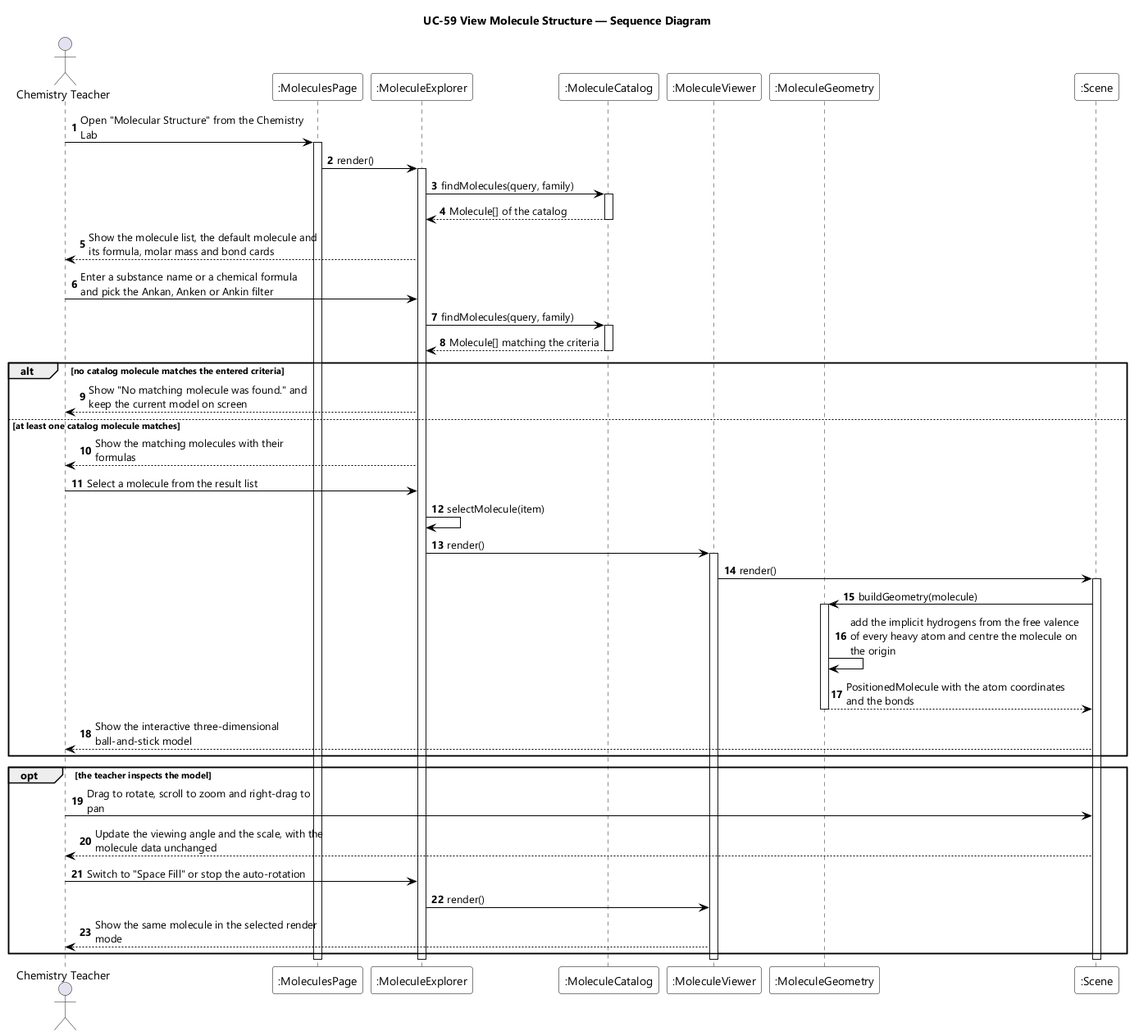
The PlantUML diagram designs/sds-diagrams/uc59/uc59-sequence-diagram.png in EduA-system/EduA-system, before a commit.
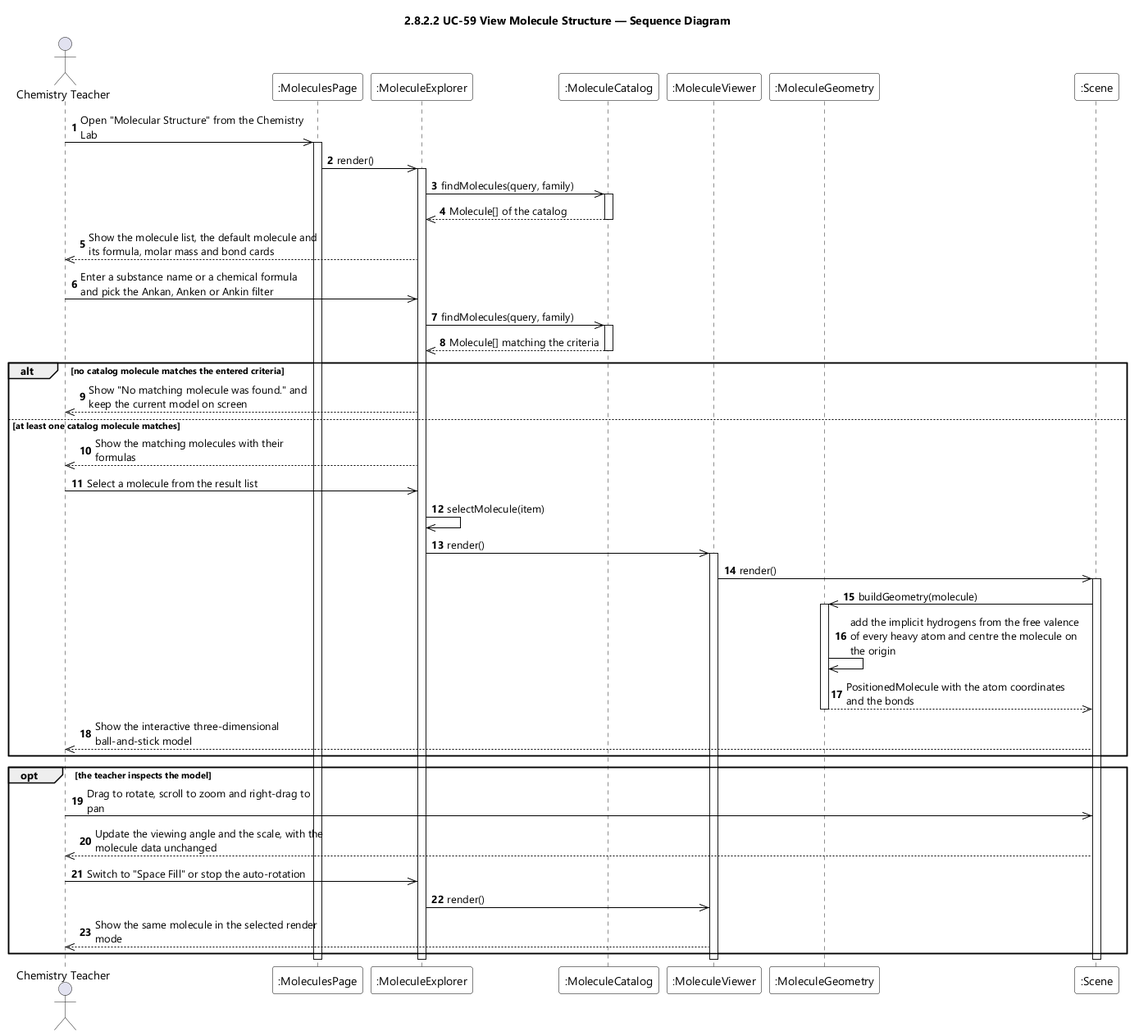
The same file after the commit.

Change to the diagram source:
```diff
@@ -7,7 +7,7 @@
 skinparam ArrowColor #000000
 skinparam sequenceMessageAlign left
 skinparam maxMessageSize 280
-title UC-59 View Molecule Structure — Sequence Diagram
+title 2.8.2.2 UC-59 View Molecule Structure — Sequence Diagram
 
 actor "Chemistry Teacher" as Teacher
 participant ":MoleculesPage" as PAGE
@@ -18,46 +18,46 @@
 participant ":Scene" as SCENE
 
 autonumber
-Teacher -> PAGE : Open "Molecular Structure" from the Chemistry Lab
+Teacher ->> PAGE : Open "Molecular Structure" from the Chemistry Lab
 activate PAGE
-PAGE -> EXP : render()
+PAGE ->> EXP : render()
 activate EXP
-EXP -> CAT : findMolecules(query, family)
+EXP ->> CAT : findMolecules(query, family)
 activate CAT
-CAT --> EXP : Molecule[] of the catalog
+CAT -->> EXP : Molecule[] of the catalog
 deactivate CAT
-EXP --> Teacher : Show the molecule list, the default molecule and its formula, molar mass and bond cards
+EXP -->> Teacher : Show the molecule list, the default molecule and its formula, molar mass and bond cards
 
-Teacher -> EXP : Enter a substance name or a chemical formula and pick the Ankan, Anken or Ankin filter
-EXP -> CAT : findMolecules(query, family)
+Teacher ->> EXP : Enter a substance name or a chemical formula and pick the Ankan, Anken or Ankin filter
+EXP ->> CAT : findMolecules(query, family)
 activate CAT
-CAT --> EXP : Molecule[] matching the criteria
+CAT -->> EXP : Molecule[] matching the criteria
 deactivate CAT
 
 alt no catalog molecule matches the entered criteria
-  EXP --> Teacher : Show "No matching molecule was found." and keep the current model on screen
+  EXP -->> Teacher : Show "No matching molecule was found." and keep the current model on screen
 else at least one catalog molecule matches
-  EXP --> Teacher : Show the matching molecules with their formulas
-  Teacher -> EXP : Select a molecule from the result list
-  EXP -> EXP : selectMolecule(item)
-  EXP -> VIEW : render()
+  EXP -->> Teacher : Show the matching molecules with their formulas
+  Teacher ->> EXP : Select a molecule from the result list
+  EXP ->> EXP : selectMolecule(item)
+  EXP ->> VIEW : render()
   activate VIEW
-  VIEW -> SCENE : render()
+  VIEW ->> SCENE : render()
   activate SCENE
-  SCENE -> GEO : buildGeometry(molecule)
+  SCENE ->> GEO : buildGeometry(molecule)
   activate GEO
-  GEO -> GEO : add the implicit hydrogens from the free valence of every heavy atom and centre the molecule on the origin
-  GEO --> SCENE : PositionedMolecule with the atom coordinates and the bonds
+  GEO ->> GEO : add the implicit hydrogens from the free valence of every heavy atom and centre the molecule on the origin
+  GEO -->> SCENE : PositionedMolecule with the atom coordinates and the bonds
   deactivate GEO
-  SCENE --> Teacher : Show the interactive three-dimensional ball-and-stick model
+  SCENE -->> Teacher : Show the interactive three-dimensional ball-and-stick model
 end
 
 opt the teacher inspects the model
-  Teacher -> SCENE : Drag to rotate, scroll to zoom and right-drag to pan
-  SCENE --> Teacher : Update the viewing angle and the scale, with the molecule data unchanged
-  Teacher -> EXP : Switch to "Space Fill" or stop the auto-rotation
-  EXP -> VIEW : render()
-  VIEW --> Teacher : Show the same molecule in the selected render mode
+  Teacher ->> SCENE : Drag to rotate, scroll to zoom and right-drag to pan
+  SCENE -->> Teacher : Update the viewing angle and the scale, with the molecule data unchanged
+  Teacher ->> EXP : Switch to "Space Fill" or stop the auto-rotation
+  EXP ->> VIEW : render()
+  VIEW -->> Teacher : Show the same molecule in the selected render mode
 end
 deactivate SCENE
 deactivate VIEW
```
